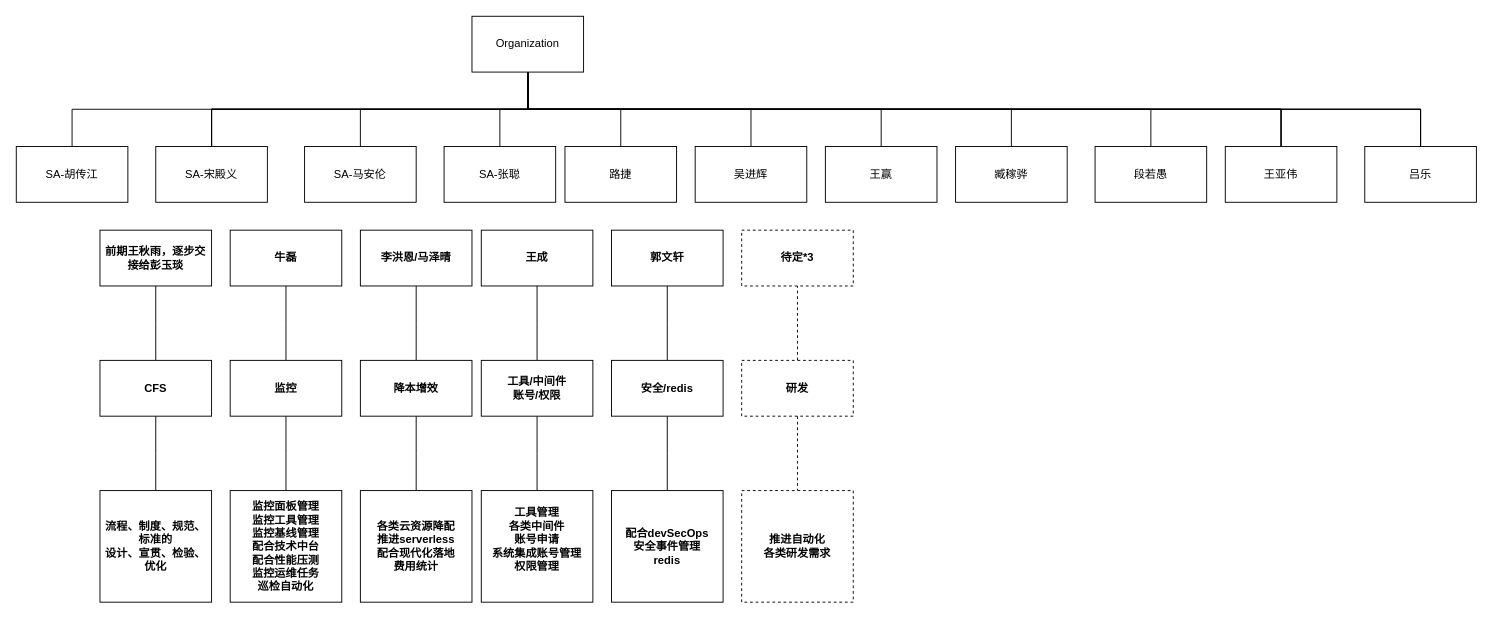
463024907/draw.io keeps this draw.io diagram as Untitled Diagram.drawio. Above is the earlier version. Source tidied: cells renumbered, new cells numbered last; positions are measured from the earlier drawing's top-left corner, leaving out a move shared by most shapes. Both pictures are drawn from the tidied source at 93%, with x=0, y=0 at pixel (16, 16).
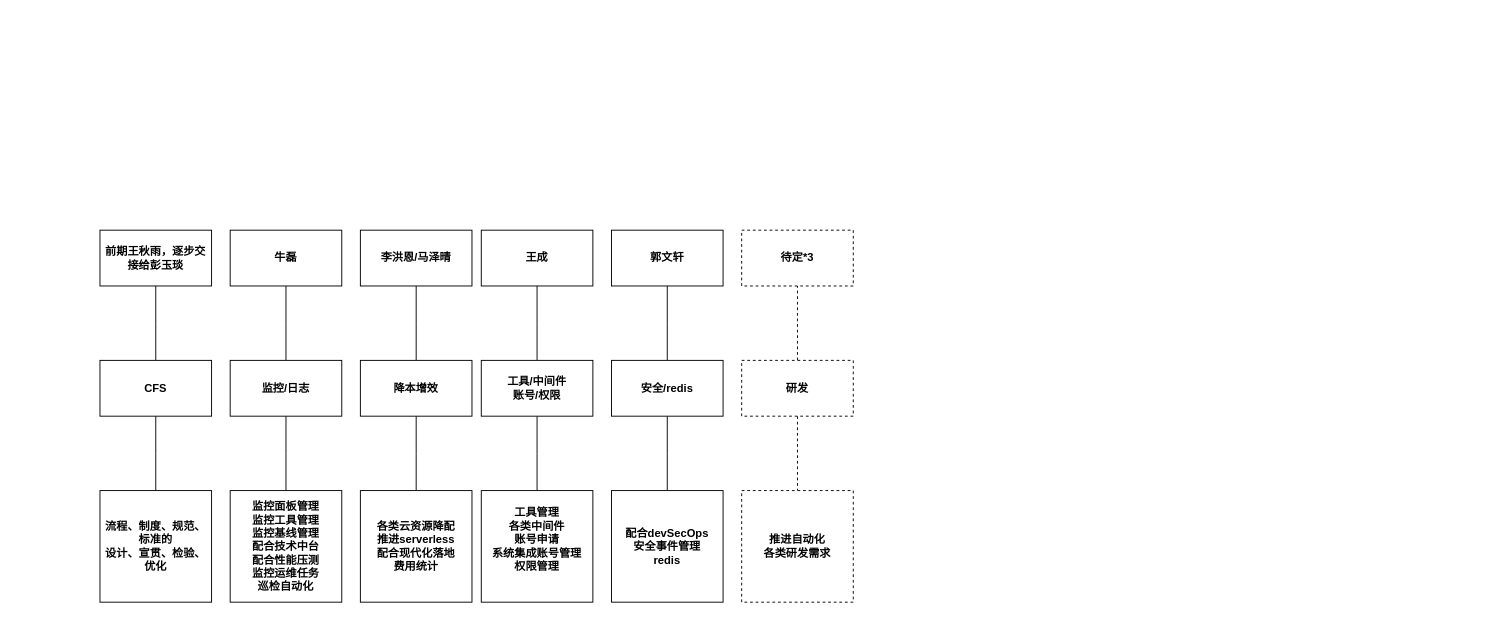
The same diagram, later.

Change to the diagram source:
```diff
@@
-    <mxCell id="2" style="edgeStyle=elbowEdgeStyle;rounded=0;jettySize=auto;html=1;elbow=vertical;startArrow=none;endArrow=none;" parent="1" edge="1" source="20" target="21">
-      <mxGeometry relative="1" as="geometry" />
-    </mxCell>
-    <mxCell id="3" style="edgeStyle=elbowEdgeStyle;rounded=0;jettySize=auto;html=1;elbow=vertical;startArrow=none;endArrow=none;" parent="1" edge="1" source="20" target="22">
-      <mxGeometry relative="1" as="geometry" />
-    </mxCell>
-    <mxCell id="4" style="edgeStyle=elbowEdgeStyle;rounded=0;jettySize=auto;html=1;elbow=vertical;startArrow=none;endArrow=none;" parent="1" edge="1" source="20" target="22">
-      <mxGeometry relative="1" as="geometry" />
-    </mxCell>
-    <mxCell id="5" style="edgeStyle=elbowEdgeStyle;rounded=0;jettySize=auto;html=1;elbow=vertical;startArrow=none;endArrow=none;" parent="1" edge="1" source="20" target="22">
-      <mxGeometry relative="1" as="geometry" />
-    </mxCell>
-    <mxCell id="6" style="edgeStyle=elbowEdgeStyle;rounded=0;jettySize=auto;html=1;elbow=vertical;startArrow=none;endArrow=none;" parent="1" edge="1" source="20" target="22">
-      <mxGeometry relative="1" as="geometry" />
-    </mxCell>
-    <mxCell id="7" style="edgeStyle=elbowEdgeStyle;rounded=0;jettySize=auto;html=1;elbow=vertical;startArrow=none;endArrow=none;" parent="1" edge="1" source="20" target="23">
-      <mxGeometry relative="1" as="geometry" />
-    </mxCell>
-    <mxCell id="8" style="edgeStyle=elbowEdgeStyle;rounded=0;jettySize=auto;html=1;elbow=vertical;startArrow=none;endArrow=none;" parent="1" edge="1" source="20" target="23">
-      <mxGeometry relative="1" as="geometry" />
-    </mxCell>
-    <mxCell id="9" style="edgeStyle=elbowEdgeStyle;rounded=0;jettySize=auto;html=1;elbow=vertical;startArrow=none;endArrow=none;" parent="1" edge="1" source="20" target="24">
-      <mxGeometry relative="1" as="geometry" />
-    </mxCell>
-    <mxCell id="10" style="edgeStyle=elbowEdgeStyle;rounded=0;jettySize=auto;html=1;elbow=vertical;startArrow=none;endArrow=none;" parent="1" edge="1" source="20" target="23">
-      <mxGeometry relative="1" as="geometry" />
-    </mxCell>
-    <mxCell id="11" style="edgeStyle=elbowEdgeStyle;rounded=0;jettySize=auto;html=1;elbow=vertical;startArrow=none;endArrow=none;" parent="1" edge="1" source="20" target="40">
-      <mxGeometry relative="1" as="geometry" />
-    </mxCell>
-    <mxCell id="12" style="edgeStyle=elbowEdgeStyle;rounded=0;jettySize=auto;html=1;elbow=vertical;startArrow=none;endArrow=none;" parent="1" edge="1" source="20" target="40">
-      <mxGeometry relative="1" as="geometry" />
-    </mxCell>
-    <mxCell id="13" style="edgeStyle=elbowEdgeStyle;rounded=0;jettySize=auto;html=1;elbow=vertical;startArrow=none;endArrow=none;" parent="1" edge="1" source="20" target="40">
-      <mxGeometry relative="1" as="geometry" />
-    </mxCell>
-    <mxCell id="14" style="edgeStyle=elbowEdgeStyle;rounded=0;jettySize=auto;html=1;elbow=vertical;startArrow=none;endArrow=none;" parent="1" edge="1" source="20" target="41">
-      <mxGeometry relative="1" as="geometry" />
-    </mxCell>
-    <mxCell id="15" style="edgeStyle=elbowEdgeStyle;rounded=0;jettySize=auto;html=1;elbow=vertical;startArrow=none;endArrow=none;" parent="1" edge="1" source="20" target="42">
-      <mxGeometry relative="1" as="geometry" />
-    </mxCell>
-    <mxCell id="16" style="edgeStyle=elbowEdgeStyle;rounded=0;jettySize=auto;html=1;elbow=vertical;startArrow=none;endArrow=none;" parent="1" edge="1" source="20" target="43">
-      <mxGeometry relative="1" as="geometry" />
-    </mxCell>
-    <mxCell id="17" style="edgeStyle=elbowEdgeStyle;rounded=0;jettySize=auto;html=1;elbow=vertical;startArrow=none;endArrow=none;" parent="1" edge="1" source="20" target="44">
-      <mxGeometry relative="1" as="geometry" />
-    </mxCell>
-    <mxCell id="18" style="edgeStyle=elbowEdgeStyle;rounded=0;jettySize=auto;html=1;elbow=vertical;startArrow=none;endArrow=none;" parent="1" edge="1" source="20" target="45">
-      <mxGeometry relative="1" as="geometry" />
-    </mxCell>
-    <mxCell id="19" style="edgeStyle=elbowEdgeStyle;rounded=0;jettySize=auto;html=1;elbow=vertical;startArrow=none;endArrow=none;" parent="1" edge="1" source="20" target="46">
-      <mxGeometry relative="1" as="geometry" />
-    </mxCell>
-    <mxCell id="20" value="Organization" style="whiteSpace=wrap;html=1;align=center;newEdgeStyle={&quot;edgeStyle&quot;:&quot;elbowEdgeStyle&quot;,&quot;startArrow&quot;:&quot;none&quot;,&quot;endArrow&quot;:&quot;none&quot;};" parent="1" vertex="1">
-      <mxGeometry x="490" width="120" height="60" as="geometry" />
-    </mxCell>
-    <mxCell id="21" value="SA-胡传江" style="whiteSpace=wrap;html=1;align=center;newEdgeStyle={&quot;edgeStyle&quot;:&quot;elbowEdgeStyle&quot;,&quot;startArrow&quot;:&quot;none&quot;,&quot;endArrow&quot;:&quot;none&quot;};" parent="1" vertex="1">
-      <mxGeometry y="140" width="120" height="60" as="geometry" />
-    </mxCell>
-    <mxCell id="22" value="SA-宋殿义" style="whiteSpace=wrap;html=1;align=center;newEdgeStyle={&quot;edgeStyle&quot;:&quot;elbowEdgeStyle&quot;,&quot;startArrow&quot;:&quot;none&quot;,&quot;endArrow&quot;:&quot;none&quot;};" parent="1" vertex="1">
-      <mxGeometry x="150" y="140" width="120" height="60" as="geometry" />
-    </mxCell>
-    <mxCell id="23" value="吕乐" style="whiteSpace=wrap;html=1;align=center;newEdgeStyle={&quot;edgeStyle&quot;:&quot;elbowEdgeStyle&quot;,&quot;startArrow&quot;:&quot;none&quot;,&quot;endArrow&quot;:&quot;none&quot;};" parent="1" vertex="1">
-      <mxGeometry x="1450" y="140" width="120" height="60" as="geometry" />
-    </mxCell>
-    <mxCell id="24" value="SA-马安伦" style="whiteSpace=wrap;html=1;align=center;newEdgeStyle={&quot;edgeStyle&quot;:&quot;elbowEdgeStyle&quot;,&quot;startArrow&quot;:&quot;none&quot;,&quot;endArrow&quot;:&quot;none&quot;};" parent="1" vertex="1">
-      <mxGeometry x="310" y="140" width="120" height="60" as="geometry" />
-    </mxCell>
@@
-    <mxCell id="27" value="&lt;b&gt;监控&lt;/b&gt;" style="whiteSpace=wrap;html=1;align=center;newEdgeStyle={&quot;edgeStyle&quot;:&quot;elbowEdgeStyle&quot;,&quot;startArrow&quot;:&quot;none&quot;,&quot;endArrow&quot;:&quot;none&quot;};" parent="1" vertex="1">
+    <mxCell id="27" value="&lt;b&gt;监控/日志&lt;/b&gt;" style="whiteSpace=wrap;html=1;align=center;newEdgeStyle={&quot;edgeStyle&quot;:&quot;elbowEdgeStyle&quot;,&quot;startArrow&quot;:&quot;none&quot;,&quot;endArrow&quot;:&quot;none&quot;};" parent="1" vertex="1">
       <mxGeometry x="230" y="370" width="120" height="60" as="geometry" />
     </mxCell>
@@
-    <mxCell id="40" value="王亚伟" style="whiteSpace=wrap;html=1;align=center;newEdgeStyle={&quot;edgeStyle&quot;:&quot;elbowEdgeStyle&quot;,&quot;startArrow&quot;:&quot;none&quot;,&quot;endArrow&quot;:&quot;none&quot;};" parent="1" vertex="1">
-      <mxGeometry x="1300" y="140" width="120" height="60" as="geometry" />
-    </mxCell>
-    <mxCell id="41" value="段若愚" style="whiteSpace=wrap;html=1;align=center;newEdgeStyle={&quot;edgeStyle&quot;:&quot;elbowEdgeStyle&quot;,&quot;startArrow&quot;:&quot;none&quot;,&quot;endArrow&quot;:&quot;none&quot;};" parent="1" vertex="1">
-      <mxGeometry x="1160" y="140" width="120" height="60" as="geometry" />
-    </mxCell>
-    <mxCell id="42" value="臧稼骅" style="whiteSpace=wrap;html=1;align=center;newEdgeStyle={&quot;edgeStyle&quot;:&quot;elbowEdgeStyle&quot;,&quot;startArrow&quot;:&quot;none&quot;,&quot;endArrow&quot;:&quot;none&quot;};" parent="1" vertex="1">
-      <mxGeometry x="1010" y="140" width="120" height="60" as="geometry" />
-    </mxCell>
-    <mxCell id="43" value="王赢" style="whiteSpace=wrap;html=1;align=center;newEdgeStyle={&quot;edgeStyle&quot;:&quot;elbowEdgeStyle&quot;,&quot;startArrow&quot;:&quot;none&quot;,&quot;endArrow&quot;:&quot;none&quot;};" parent="1" vertex="1">
-      <mxGeometry x="870" y="140" width="120" height="60" as="geometry" />
-    </mxCell>
-    <mxCell id="44" value="吴进辉" style="whiteSpace=wrap;html=1;align=center;newEdgeStyle={&quot;edgeStyle&quot;:&quot;elbowEdgeStyle&quot;,&quot;startArrow&quot;:&quot;none&quot;,&quot;endArrow&quot;:&quot;none&quot;};" parent="1" vertex="1">
-      <mxGeometry x="730" y="140" width="120" height="60" as="geometry" />
-    </mxCell>
-    <mxCell id="45" value="路捷" style="whiteSpace=wrap;html=1;align=center;newEdgeStyle={&quot;edgeStyle&quot;:&quot;elbowEdgeStyle&quot;,&quot;startArrow&quot;:&quot;none&quot;,&quot;endArrow&quot;:&quot;none&quot;};" parent="1" vertex="1">
-      <mxGeometry x="590" y="140" width="120" height="60" as="geometry" />
-    </mxCell>
-    <mxCell id="46" value="SA-张聪" style="whiteSpace=wrap;html=1;align=center;newEdgeStyle={&quot;edgeStyle&quot;:&quot;elbowEdgeStyle&quot;,&quot;startArrow&quot;:&quot;none&quot;,&quot;endArrow&quot;:&quot;none&quot;};" parent="1" vertex="1">
-      <mxGeometry x="460" y="140" width="120" height="60" as="geometry" />
-    </mxCell>
```
